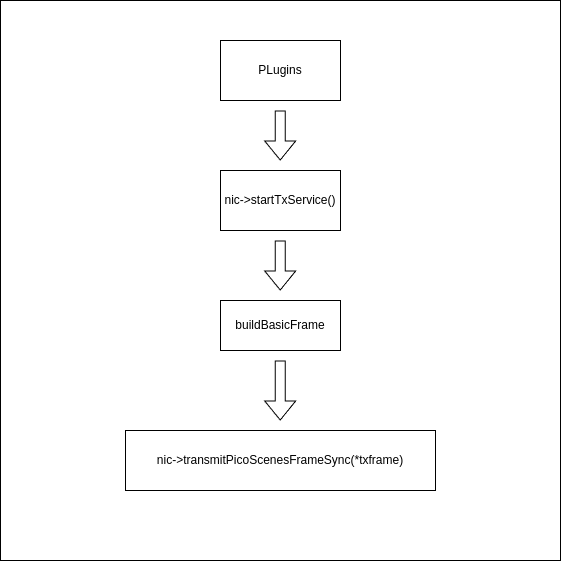
wifisensing/PicoScenes-Manual keeps this draw.io diagram as source/images/Transmitting.png. Above is the earlier version. Source tidied: cells renumbered, new cells last; positions are measured from the earlier drawing's top-left corner, leaving out a move shared by most shapes. The source it was exported from:
```xml
<mxGraphModel>
  <root>
    <mxCell id="0" />
    <mxCell id="1" parent="0" />
    <mxCell id="2" style="whiteSpace=wrap;html=1;" parent="1" vertex="1">
      <mxGeometry width="560" height="560" as="geometry" />
    </mxCell>
    <mxCell id="3" value="PLugins" style="whiteSpace=wrap;html=1;" parent="1" vertex="1">
      <mxGeometry x="220" y="40" width="120" height="60" as="geometry" />
    </mxCell>
    <mxCell id="4" value="nic-&amp;gt;startTxService()" style="rounded=0;whiteSpace=wrap;html=1;" parent="1" vertex="1">
      <mxGeometry x="220" y="170" width="120" height="60" as="geometry" />
    </mxCell>
    <mxCell id="5" value="buildBasicFrame" style="rounded=0;whiteSpace=wrap;html=1;" parent="1" vertex="1">
      <mxGeometry x="220" y="300" width="120" height="50" as="geometry" />
    </mxCell>
    <mxCell id="6" style="shape=flexArrow;endArrow=classic;html=1;rounded=0;entryX=0.5;entryY=0;entryDx=0;entryDy=0;" parent="1" edge="1">
      <mxGeometry relative="1" as="geometry">
        <mxPoint x="279.7" y="110" as="sourcePoint" />
        <mxPoint x="279.7" y="160" as="targetPoint" />
      </mxGeometry>
    </mxCell>
    <mxCell id="7" style="shape=flexArrow;endArrow=classic;html=1;rounded=0;" parent="1" edge="1">
      <mxGeometry relative="1" as="geometry">
        <mxPoint x="279.7" y="240" as="sourcePoint" />
        <mxPoint x="279.7" y="290" as="targetPoint" />
      </mxGeometry>
    </mxCell>
    <mxCell id="8" style="shape=flexArrow;endArrow=classic;html=1;rounded=0;" parent="1" edge="1">
      <mxGeometry relative="1" as="geometry">
        <mxPoint x="279.7" y="360" as="sourcePoint" />
        <mxPoint x="279.7" y="420" as="targetPoint" />
      </mxGeometry>
    </mxCell>
    <mxCell id="9" value="nic-&amp;gt;transmitPicoScenesFrameSync(*txframe)" style="rounded=0;whiteSpace=wrap;html=1;" parent="1" vertex="1">
      <mxGeometry x="125" y="430" width="310" height="60" as="geometry" />
    </mxCell>
  </root>
</mxGraphModel>
```
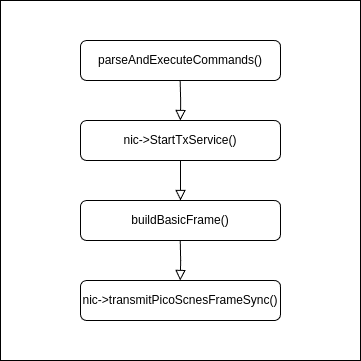
Later version of the same file.

Change to the diagram source:
```diff
@@ -1,39 +1,36 @@
 <mxGraphModel>
   <root>
-    <mxCell id="0" />
-    <mxCell id="1" parent="0" />
-    <mxCell id="2" style="whiteSpace=wrap;html=1;" parent="1" vertex="1">
-      <mxGeometry width="560" height="560" as="geometry" />
-    </mxCell>
-    <mxCell id="3" value="PLugins" style="whiteSpace=wrap;html=1;" parent="1" vertex="1">
-      <mxGeometry x="220" y="40" width="120" height="60" as="geometry" />
-    </mxCell>
-    <mxCell id="4" value="nic-&amp;gt;startTxService()" style="rounded=0;whiteSpace=wrap;html=1;" parent="1" vertex="1">
-      <mxGeometry x="220" y="170" width="120" height="60" as="geometry" />
-    </mxCell>
-    <mxCell id="5" value="buildBasicFrame" style="rounded=0;whiteSpace=wrap;html=1;" parent="1" vertex="1">
-      <mxGeometry x="220" y="300" width="120" height="50" as="geometry" />
-    </mxCell>
-    <mxCell id="6" style="shape=flexArrow;endArrow=classic;html=1;rounded=0;entryX=0.5;entryY=0;entryDx=0;entryDy=0;" parent="1" edge="1">
-      <mxGeometry relative="1" as="geometry">
-        <mxPoint x="279.7" y="110" as="sourcePoint" />
-        <mxPoint x="279.7" y="160" as="targetPoint" />
-      </mxGeometry>
-    </mxCell>
-    <mxCell id="7" style="shape=flexArrow;endArrow=classic;html=1;rounded=0;" parent="1" edge="1">
-      <mxGeometry relative="1" as="geometry">
-        <mxPoint x="279.7" y="240" as="sourcePoint" />
-        <mxPoint x="279.7" y="290" as="targetPoint" />
-      </mxGeometry>
-    </mxCell>
-    <mxCell id="8" style="shape=flexArrow;endArrow=classic;html=1;rounded=0;" parent="1" edge="1">
-      <mxGeometry relative="1" as="geometry">
-        <mxPoint x="279.7" y="360" as="sourcePoint" />
-        <mxPoint x="279.7" y="420" as="targetPoint" />
-      </mxGeometry>
-    </mxCell>
-    <mxCell id="9" value="nic-&amp;gt;transmitPicoScenesFrameSync(*txframe)" style="rounded=0;whiteSpace=wrap;html=1;" parent="1" vertex="1">
-      <mxGeometry x="125" y="430" width="310" height="60" as="geometry" />
-    </mxCell>
+    <mxCell id="10" />
+    <mxCell id="11" parent="10" />
+    <mxCell id="12" style="whiteSpace=wrap;html=1;" parent="11" vertex="1">
+      <mxGeometry x="-30" y="-40" width="360" height="360" as="geometry" />
+    </mxCell>
+    <mxCell id="13" value="parseAndExecuteCommands()" style="rounded=1;whiteSpace=wrap;html=1;fontSize=12;glass=0;strokeWidth=1;shadow=0;" parent="11" vertex="1">
+      <mxGeometry x="50" width="200" height="40" as="geometry" />
+    </mxCell>
+    <mxCell id="14" value="buildBasicFrame()" style="rounded=1;whiteSpace=wrap;html=1;fontSize=12;glass=0;strokeWidth=1;shadow=0;" parent="11" vertex="1">
+      <mxGeometry x="50" y="160" width="200" height="40" as="geometry" />
+    </mxCell>
+    <mxCell id="15" value="nic-&amp;gt;StartTxService()" style="rounded=1;whiteSpace=wrap;html=1;fontSize=12;glass=0;strokeWidth=1;shadow=0;" parent="11" vertex="1">
+      <mxGeometry x="50" y="80" width="200" height="40" as="geometry" />
+    </mxCell>
+    <mxCell id="16" style="rounded=0;html=1;jettySize=auto;orthogonalLoop=1;fontSize=11;endArrow=block;endFill=0;endSize=8;strokeWidth=1;shadow=0;labelBackgroundColor=none;edgeStyle=orthogonalEdgeStyle;" parent="11" edge="1">
+      <mxGeometry relative="1" as="geometry">
+        <mxPoint x="149.7" y="40" as="sourcePoint" />
+        <mxPoint x="149.9" y="80" as="targetPoint" />
+      </mxGeometry>
+    </mxCell>
+    <mxCell id="17" style="rounded=0;html=1;jettySize=auto;fontSize=11;endArrow=block;endFill=0;endSize=8;strokeWidth=1;shadow=0;labelBackgroundColor=none;edgeStyle=orthogonalEdgeStyle;exitX=0.5;exitY=1;exitDx=0;exitDy=0;entryX=0.5;entryY=0;entryDx=0;entryDy=0;" parent="11" edge="1" source="15" target="14">
+      <mxGeometry relative="1" as="geometry" />
+    </mxCell>
+    <mxCell id="18" value="nic-&amp;gt;transmitPicoScnesFrameSync()" style="rounded=1;whiteSpace=wrap;html=1;fontSize=12;glass=0;strokeWidth=1;shadow=0;" parent="11" vertex="1">
+      <mxGeometry x="50" y="240" width="200" height="40" as="geometry" />
+    </mxCell>
+    <mxCell id="19" style="rounded=0;html=1;jettySize=auto;orthogonalLoop=1;fontSize=11;endArrow=block;endFill=0;endSize=8;strokeWidth=1;shadow=0;labelBackgroundColor=none;edgeStyle=orthogonalEdgeStyle;exitX=0.5;exitY=1;exitDx=0;exitDy=0;entryX=0.5;entryY=0;entryDx=0;entryDy=0;" parent="11" edge="1">
+      <mxGeometry relative="1" as="geometry">
+        <mxPoint x="149.7" y="200" as="sourcePoint" />
+        <mxPoint x="149.7" y="240" as="targetPoint" />
+      </mxGeometry>
+    </mxCell>
   </root>
 </mxGraphModel>
```
